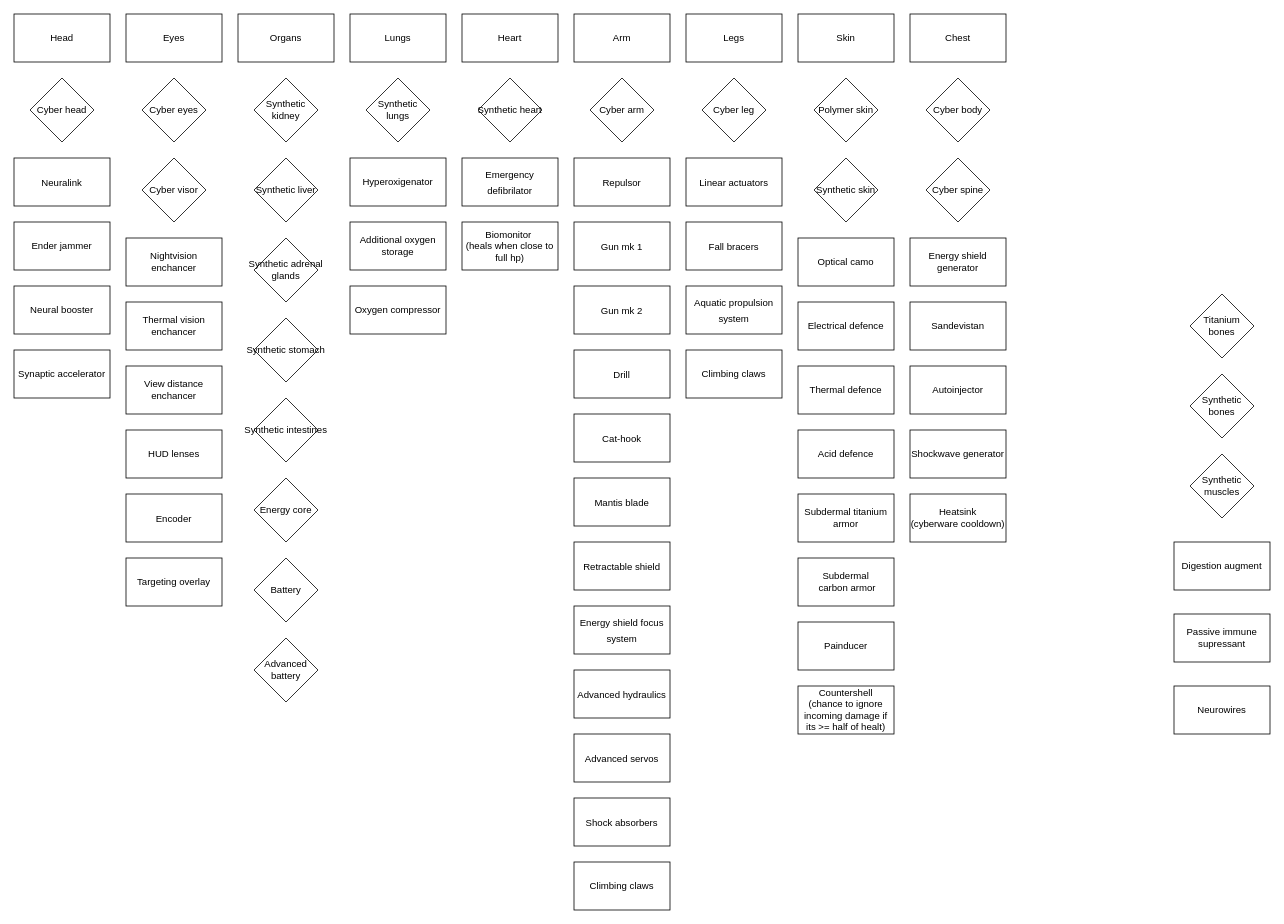
x3rdev/Synchroma keeps this draw.io diagram as page "Cyberware" (9 of 9) of SynchromaProgression.drawio. Above is the earlier version. Source tidied: cells renumbered, new cells numbered last; positions are measured from the earlier drawing's top-left corner, leaving out a move shared by most shapes. Both pictures are drawn from the tidied source at 80%, with x=0, y=0 at pixel (14, 14).
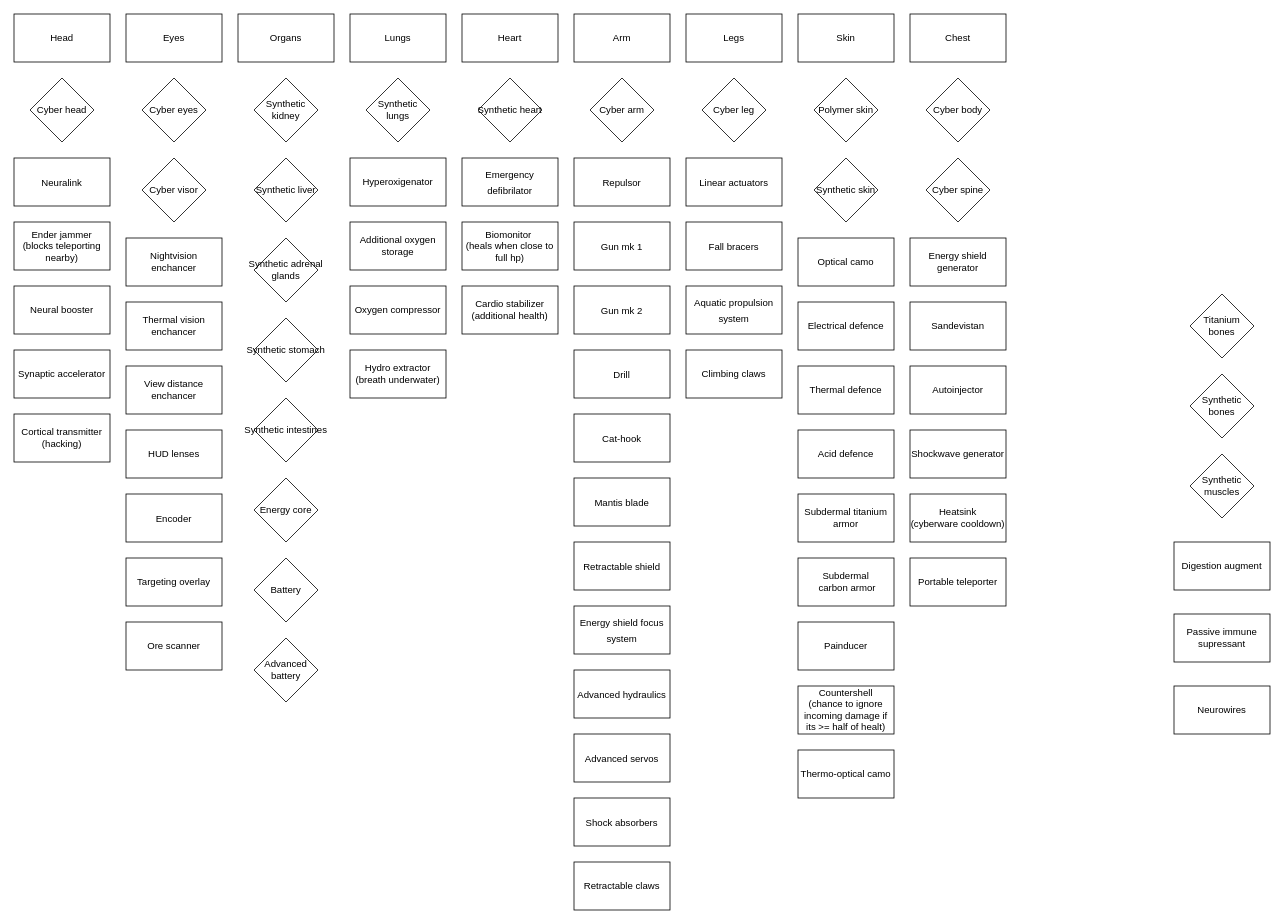
After the change.

Diff of the diagram source:
```diff
@@
-    <mxCell id="48" value="Ender jammer" style="rounded=0;whiteSpace=wrap;html=1;fontSize=12;" parent="1" vertex="1">
+    <mxCell id="48" value="Ender jammer&lt;br&gt;(blocks teleporting nearby)" style="rounded=0;whiteSpace=wrap;html=1;fontSize=12;" parent="1" vertex="1">
       <mxGeometry y="260" width="120" height="60" as="geometry" />
     </mxCell>
@@
-    <mxCell id="78" value="Climbing claws" style="rounded=0;whiteSpace=wrap;html=1;fontSize=12;" parent="1" vertex="1">
+    <mxCell id="78" value="Retractable claws" style="rounded=0;whiteSpace=wrap;html=1;fontSize=12;" parent="1" vertex="1">
       <mxGeometry x="700" y="1060" width="120" height="60" as="geometry" />
     </mxCell>
@@
+    <mxCell id="80" value="Cortical transmitter&lt;br&gt;(hacking)" style="rounded=0;whiteSpace=wrap;html=1;fontSize=12;" parent="1" vertex="1">
+      <mxGeometry y="500" width="120" height="60" as="geometry" />
+    </mxCell>
+    <mxCell id="81" value="Cardio stabilizer&lt;br style=&quot;font-size: 12px;&quot;&gt;(additional health)" style="rounded=0;whiteSpace=wrap;html=1;fontSize=12;" parent="1" vertex="1">
+      <mxGeometry x="560" y="340" width="120" height="60" as="geometry" />
+    </mxCell>
+    <mxCell id="82" value="Hydro extractor&lt;br style=&quot;font-size: 12px;&quot;&gt;(breath underwater)" style="rounded=0;whiteSpace=wrap;html=1;fontSize=12;" parent="1" vertex="1">
+      <mxGeometry x="420" y="420" width="120" height="60" as="geometry" />
+    </mxCell>
+    <mxCell id="83" value="Portable teleporter" style="rounded=0;whiteSpace=wrap;html=1;fontSize=12;" parent="1" vertex="1">
+      <mxGeometry x="1120" y="680" width="120" height="60" as="geometry" />
+    </mxCell>
+    <mxCell id="84" value="Ore scanner" style="rounded=0;whiteSpace=wrap;html=1;fontSize=12;" parent="1" vertex="1">
+      <mxGeometry x="140" y="760" width="120" height="60" as="geometry" />
+    </mxCell>
+    <mxCell id="85" value="Thermo-optical camo" style="rounded=0;whiteSpace=wrap;html=1;fontSize=12;" parent="1" vertex="1">
+      <mxGeometry x="980" y="920" width="120" height="60" as="geometry" />
+    </mxCell>
```
